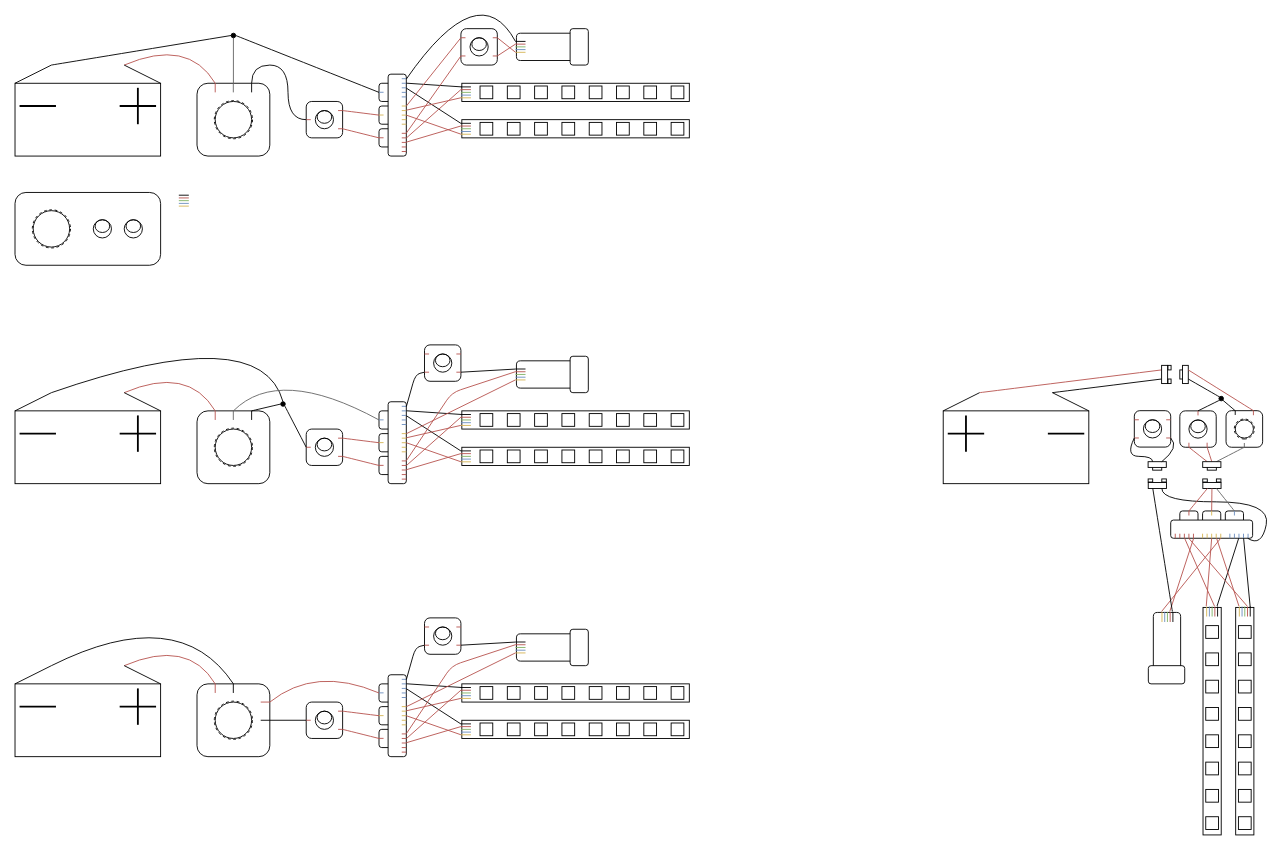
This is led-wiring.drawio from vinas94/drawio, a draw.io file, before an edit. Source tidied: cells renumbered, new cells numbered last; positions are measured from the earlier drawing's top-left corner, leaving out a move shared by most shapes. Both pictures are drawn from the tidied source at 91%, with x=0, y=0 at pixel (15, -26).
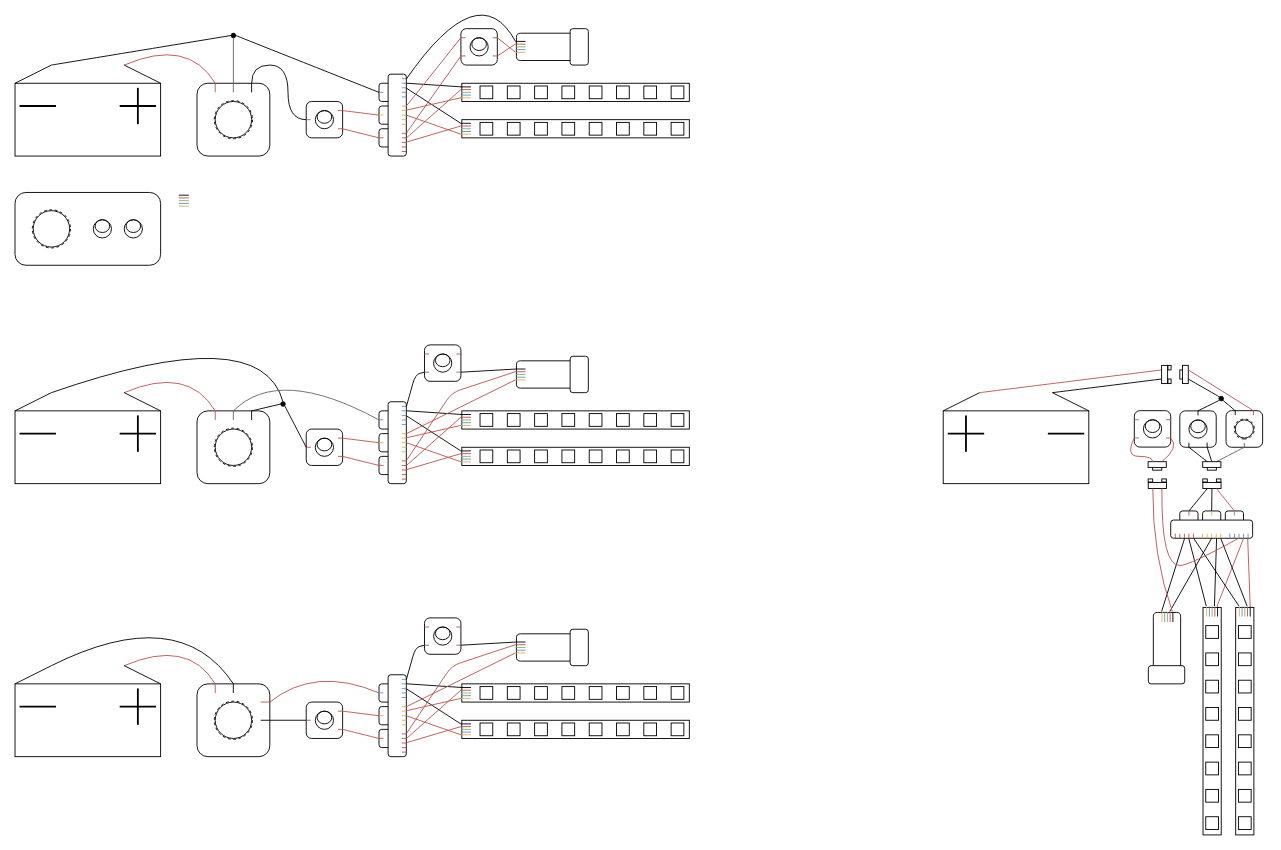
The same page after the edit.

The change refers to these unchanged cells:
```xml
<mxCell id="386" style="rounded=0;whiteSpace=wrap;html=1;strokeColor=none;align=center;verticalAlign=middle;fontFamily=Helvetica;fontSize=12;fontColor=default;fillColor=none;points=[[0,0,0,0,0],[0,0.17,0,0,0],[0,0.33,0,0,0],[0,0.5,0,0,0],[0,0.67,0,0,0],[0,0.83,0,0,0],[0,1,0,0,0],[0.25,0,0,0,0],[0.25,1,0,0,0],[0.5,0,0,0,0],[0.5,1,0,0,0],[0.75,0,0,0,0],[0.75,1,0,0,0],[1,0,0,0,0],[1,0.25,0,0,0],[1,0.5,0,0,0],[1,0.75,0,0,0],[1,1,0,0,0]];rotation=90;" parent="385" vertex="1">
  <mxGeometry width="13" height="18" as="geometry" />
</mxCell>
<mxCell id="392" style="group;rotation=90;" parent="1" vertex="1">
  <mxGeometry x="1280" y="480" width="40" height="40" as="geometry" />
</mxCell>
<mxCell id="393" style="rounded=1;whiteSpace=wrap;html=1;rotation=90;" parent="392" vertex="1">
  <mxGeometry width="40" height="40" as="geometry" />
</mxCell>
<mxCell id="403" style="rounded=0;whiteSpace=wrap;html=1;points=[[0,0.2,0,0,0],[0,0.35,0,0,0],[0,0.5,0,0,0],[0,0.65,0,0,0],[0,0.8,0,0,0],[0.75,0,0,0,0],[0.75,1,0,0,0],[1,0,0,0,0],[1,0.25,0,0,0],[1,0.5,0,0,0],[1,0.75,0,0,0],[1,1,0,0,0]];rotation=90;" parent="402" vertex="1">
  <mxGeometry x="1" y="1" width="250" height="20" as="geometry" />
</mxCell>
<mxCell id="413" style="rounded=0;whiteSpace=wrap;html=1;strokeColor=none;align=center;verticalAlign=middle;fontFamily=Helvetica;fontSize=12;fontColor=default;fillColor=none;points=[[0,0,0,0,0],[0,0.17,0,0,0],[0,0.33,0,0,0],[0,0.5,0,0,0],[0,0.67,0,0,0],[0,0.83,0,0,0],[0,1,0,0,0],[0.25,0,0,0,0],[0.25,1,0,0,0],[0.5,0,0,0,0],[0.5,1,0,0,0],[0.75,0,0,0,0],[0.75,1,0,0,0],[1,0,0,0,0],[1,0.25,0,0,0],[1,0.5,0,0,0],[1,0.75,0,0,0],[1,1,0,0,0]];rotation=90;" parent="412" vertex="1">
  <mxGeometry width="13" height="18" as="geometry" />
</mxCell>
<mxCell id="428" style="rounded=1;whiteSpace=wrap;html=1;strokeColor=default;align=center;verticalAlign=middle;fontFamily=Helvetica;fontSize=12;fontColor=default;fillColor=default;rotation=90;" parent="427" vertex="1">
  <mxGeometry x="5" y="30" width="20" height="20" as="geometry" />
</mxCell>
<mxCell id="430" style="rounded=1;whiteSpace=wrap;html=1;strokeColor=default;align=center;verticalAlign=middle;fontFamily=Helvetica;fontSize=12;fontColor=default;fillColor=default;rotation=90;" parent="429" vertex="1">
  <mxGeometry x="-25" y="25" width="20" height="20" as="geometry" />
</mxCell>
<mxCell id="431" style="rounded=1;whiteSpace=wrap;html=1;strokeColor=default;align=center;verticalAlign=middle;fontFamily=Helvetica;fontSize=12;fontColor=default;fillColor=default;rotation=90;" parent="429" vertex="1">
  <mxGeometry x="25" y="25" width="20" height="20" as="geometry" />
</mxCell>
<mxCell id="432" style="rounded=1;whiteSpace=wrap;html=1;strokeColor=default;align=center;verticalAlign=middle;fontFamily=Helvetica;fontSize=12;fontColor=default;fillColor=default;points=[[0,0,0,0,0],[0,0.25,0,0,0],[0,0.5,0,0,0],[0,0.75,0,0,0],[0,1,0,0,0],[0.25,0,0,0,0],[0.25,1,0,0,0],[0.5,0,0,0,0],[0.5,1,0,0,0],[0.75,0,0,0,0],[0.75,1,0,0,0],[1,0,0,0,0],[1,0.06,0,0,0],[1,0.11,0,0,0],[1,0.17,0,0,0],[1,0.22,0,0,0],[1,0.28,0,0,0],[1,0.33,0,0,0],[1,0.39,0,0,0],[1,0.44,0,0,0],[1,0.5,0,0,0],[1,0.56,0,0,0],[1,0.61,0,0,0],[1,0.67,0,0,0],[1,0.72,0,0,0],[1,0.78,0,0,0],[1,0.83,0,0,0],[1,0.89,0,0,0],[1,0.94,0,0,0],[1,1,0,0,0]];rotation=90;" parent="429" vertex="1">
  <mxGeometry width="20" height="90" as="geometry" />
</mxCell>
<mxCell id="460" style="rounded=0;whiteSpace=wrap;html=1;strokeColor=none;align=center;verticalAlign=middle;fontFamily=Helvetica;fontSize=12;fontColor=default;fillColor=none;points=[[0,0,0,0,0],[0,0.17,0,0,0],[0,0.33,0,0,0],[0,0.5,0,0,0],[0,0.67,0,0,0],[0,0.83,0,0,0],[0,1,0,0,0],[0.25,0,0,0,0],[0.25,1,0,0,0],[0.5,0,0,0,0],[0.5,1,0,0,0],[0.75,0,0,0,0],[0.75,1,0,0,0],[1,0,0,0,0],[1,0.25,0,0,0],[1,0.5,0,0,0],[1,0.75,0,0,0],[1,1,0,0,0]];rotation=90;" parent="459" vertex="1">
  <mxGeometry width="13" height="18" as="geometry" />
</mxCell>
<mxCell id="471" style="rounded=1;whiteSpace=wrap;html=1;" parent="470" vertex="1">
  <mxGeometry width="40" height="40" as="geometry" />
</mxCell>
<mxCell id="494" style="rounded=0;whiteSpace=wrap;html=1;rotation=90;" parent="492" vertex="1">
  <mxGeometry x="2" y="-1" width="6.3" height="20" as="geometry" />
</mxCell>
<mxCell id="496" style="rounded=0;whiteSpace=wrap;html=1;rotation=90;" parent="495" vertex="1">
  <mxGeometry x="2" y="2" width="6.6" height="20" as="geometry" />
</mxCell>
<mxCell id="505" style="rounded=0;whiteSpace=wrap;html=1;rotation=90;" parent="503" vertex="1">
  <mxGeometry x="2" y="-1" width="6.3" height="20" as="geometry" />
</mxCell>
<mxCell id="507" style="rounded=0;whiteSpace=wrap;html=1;rotation=90;" parent="506" vertex="1">
  <mxGeometry x="2" y="2" width="6.6" height="20" as="geometry" />
</mxCell>
```

The edit, as a diff of the source:
```diff
@@
-    <mxCell id="396" style="endArrow=none;html=1;rounded=0;fontFamily=Helvetica;fontSize=12;fontColor=default;entryX=0.25;entryY=0;entryDx=0;entryDy=0;exitX=0.75;exitY=0.75;exitDx=0;exitDy=0;exitPerimeter=0;fillColor=#f8cecc;strokeColor=#b85450;" parent="392" edge="1">
+    <mxCell id="396" style="endArrow=none;html=1;rounded=0;fontFamily=Helvetica;fontSize=12;fontColor=default;entryX=0.25;entryY=0;entryDx=0;entryDy=0;exitX=0.75;exitY=0.75;exitDx=0;exitDy=0;exitPerimeter=0;fillColor=#f8cecc;strokeColor=#000000;" parent="392" edge="1">
       <mxGeometry relative="1" as="geometry">
         <mxPoint x="30" y="35" as="sourcePoint" />
         <mxPoint x="30" y="40" as="targetPoint" />
       </mxGeometry>
     </mxCell>
-    <mxCell id="397" style="endArrow=none;html=1;rounded=0;fontFamily=Helvetica;fontSize=12;fontColor=default;entryX=0.25;entryY=0;entryDx=0;entryDy=0;exitX=0.75;exitY=0.75;exitDx=0;exitDy=0;exitPerimeter=0;fillColor=#f8cecc;strokeColor=#b85450;" parent="392" edge="1">
+    <mxCell id="397" style="endArrow=none;html=1;rounded=0;fontFamily=Helvetica;fontSize=12;fontColor=default;entryX=0.25;entryY=0;entryDx=0;entryDy=0;exitX=0.75;exitY=0.75;exitDx=0;exitDy=0;exitPerimeter=0;fillColor=#f8cecc;strokeColor=#000000;" parent="392" edge="1">
       <mxGeometry relative="1" as="geometry">
         <mxPoint x="10" y="35" as="sourcePoint" />
         <mxPoint x="10" y="40" as="targetPoint" />
       </mxGeometry>
     </mxCell>
-    <mxCell id="398" style="endArrow=none;html=1;rounded=0;fontFamily=Helvetica;fontSize=12;fontColor=default;entryX=0.25;entryY=0;entryDx=0;entryDy=0;exitX=0.75;exitY=0.75;exitDx=0;exitDy=0;exitPerimeter=0;fillColor=#f8cecc;strokeColor=#b85450;" parent="392" edge="1">
+    <mxCell id="398" style="endArrow=none;html=1;rounded=0;fontFamily=Helvetica;fontSize=12;fontColor=default;entryX=0.25;entryY=0;entryDx=0;entryDy=0;exitX=0.75;exitY=0.75;exitDx=0;exitDy=0;exitPerimeter=0;fillColor=#f8cecc;strokeColor=#000000;" parent="392" edge="1">
       <mxGeometry relative="1" as="geometry">
         <mxPoint x="20" as="sourcePoint" />
         <mxPoint x="20" y="5" as="targetPoint" />
       </mxGeometry>
     </mxCell>
@@
-    <mxCell id="451" style="endArrow=none;html=1;rounded=0;fontFamily=Helvetica;fontSize=12;fontColor=default;exitX=1;exitY=0.25;exitDx=0;exitDy=0;entryX=0;entryY=0.5;entryDx=0;entryDy=0;fillColor=#f8cecc;strokeColor=#b85450;curved=1;" parent="1" edge="1" source="393" target="505">
+    <mxCell id="451" style="endArrow=none;html=1;rounded=0;fontFamily=Helvetica;fontSize=12;fontColor=default;exitX=1;exitY=0.25;exitDx=0;exitDy=0;entryX=0;entryY=0.5;entryDx=0;entryDy=0;fillColor=#f8cecc;strokeColor=#000000;curved=1;" parent="1" edge="1" source="393" target="505">
       <mxGeometry relative="1" as="geometry" />
     </mxCell>
-    <mxCell id="452" style="endArrow=none;html=1;rounded=0;fontFamily=Helvetica;fontSize=12;fontColor=default;exitX=1;exitY=0.75;exitDx=0;exitDy=0;entryX=0;entryY=0.75;entryDx=0;entryDy=0;fillColor=#f8cecc;strokeColor=#b85450;curved=1;" parent="1" edge="1" source="393" target="505">
+    <mxCell id="452" style="endArrow=none;html=1;rounded=0;fontFamily=Helvetica;fontSize=12;fontColor=default;exitX=1;exitY=0.75;exitDx=0;exitDy=0;entryX=0;entryY=0.75;entryDx=0;entryDy=0;fillColor=#f8cecc;strokeColor=#000000;curved=1;" parent="1" edge="1" source="393" target="505">
       <mxGeometry relative="1" as="geometry" />
     </mxCell>
-    <mxCell id="453" style="endArrow=none;html=1;rounded=0;fontFamily=Helvetica;fontSize=12;fontColor=default;exitX=1;exitY=0.11;exitDx=0;exitDy=0;exitPerimeter=0;entryX=0;entryY=0.2;entryDx=0;entryDy=0;entryPerimeter=0;" parent="1" edge="1" source="432" target="403">
+    <mxCell id="453" style="endArrow=none;html=1;rounded=0;fontFamily=Helvetica;fontSize=12;fontColor=default;exitX=1;exitY=0.06;exitDx=0;exitDy=0;exitPerimeter=0;entryX=0;entryY=0.2;entryDx=0;entryDy=0;entryPerimeter=0;strokeColor=#B85450;" parent="1" edge="1" source="432" target="403">
       <mxGeometry relative="1" as="geometry" />
     </mxCell>
-    <mxCell id="454" style="endArrow=none;html=1;rounded=0;fontFamily=Helvetica;fontSize=12;fontColor=default;exitX=1;exitY=0.17;exitDx=0;exitDy=0;exitPerimeter=0;entryX=0;entryY=0.17;entryDx=0;entryDy=0;entryPerimeter=0;" parent="1" edge="1" source="432" target="386">
+    <mxCell id="454" style="endArrow=none;html=1;rounded=0;fontFamily=Helvetica;fontSize=12;fontColor=default;exitX=1;exitY=0.11;exitDx=0;exitDy=0;exitPerimeter=0;entryX=0;entryY=0.17;entryDx=0;entryDy=0;entryPerimeter=0;strokeColor=#B85450;" parent="1" edge="1" source="432" target="386">
       <mxGeometry relative="1" as="geometry" />
     </mxCell>
@@
-    <mxCell id="466" style="endArrow=none;html=1;rounded=0;fontFamily=Helvetica;fontSize=12;fontColor=default;exitX=1;exitY=0.44;exitDx=0;exitDy=0;exitPerimeter=0;entryX=0;entryY=0.83;entryDx=0;entryDy=0;entryPerimeter=0;fillColor=#f8cecc;strokeColor=#b85450;" parent="1" edge="1" source="432" target="413">
+    <mxCell id="466" style="endArrow=none;html=1;rounded=0;fontFamily=Helvetica;fontSize=12;fontColor=default;exitX=1;exitY=0.72;exitDx=0;exitDy=0;exitPerimeter=0;entryX=0;entryY=0.83;entryDx=0;entryDy=0;entryPerimeter=0;fillColor=#f8cecc;strokeColor=#000000;" parent="1" edge="1" source="432" target="413">
       <mxGeometry relative="1" as="geometry" />
     </mxCell>
-    <mxCell id="467" style="endArrow=none;html=1;rounded=0;fontFamily=Helvetica;fontSize=12;fontColor=default;entryX=0;entryY=0.83;entryDx=0;entryDy=0;entryPerimeter=0;exitX=1;exitY=0.5;exitDx=0;exitDy=0;exitPerimeter=0;fillColor=#f8cecc;strokeColor=#b85450;" parent="1" edge="1" source="432" target="386">
+    <mxCell id="467" style="endArrow=none;html=1;rounded=0;fontFamily=Helvetica;fontSize=12;fontColor=default;entryX=0;entryY=0.83;entryDx=0;entryDy=0;entryPerimeter=0;exitX=1;exitY=0.78;exitDx=0;exitDy=0;exitPerimeter=0;fillColor=#f8cecc;strokeColor=#000000;" parent="1" edge="1" source="432" target="386">
       <mxGeometry relative="1" as="geometry" />
     </mxCell>
-    <mxCell id="468" style="endArrow=none;html=1;rounded=0;fontFamily=Helvetica;fontSize=12;fontColor=default;entryX=0;entryY=0.33;entryDx=0;entryDy=0;entryPerimeter=0;exitX=1;exitY=0.78;exitDx=0;exitDy=0;exitPerimeter=0;fillColor=#f8cecc;strokeColor=#b85450;" parent="1" edge="1" source="432" target="413">
+    <mxCell id="468" style="endArrow=none;html=1;rounded=0;fontFamily=Helvetica;fontSize=12;fontColor=default;entryX=0;entryY=0.33;entryDx=0;entryDy=0;entryPerimeter=0;exitX=1;exitY=0.39;exitDx=0;exitDy=0;exitPerimeter=0;fillColor=#f8cecc;strokeColor=#000000;" parent="1" edge="1" source="432" target="413">
       <mxGeometry relative="1" as="geometry" />
     </mxCell>
-    <mxCell id="469" style="endArrow=none;html=1;rounded=0;fontFamily=Helvetica;fontSize=12;fontColor=default;entryX=0;entryY=0.33;entryDx=0;entryDy=0;entryPerimeter=0;exitX=1;exitY=0.83;exitDx=0;exitDy=0;exitPerimeter=0;fillColor=#f8cecc;strokeColor=#b85450;" parent="1" edge="1" source="432" target="386">
+    <mxCell id="469" style="endArrow=none;html=1;rounded=0;fontFamily=Helvetica;fontSize=12;fontColor=default;entryX=0;entryY=0.33;entryDx=0;entryDy=0;entryPerimeter=0;exitX=1;exitY=0.44;exitDx=0;exitDy=0;exitPerimeter=0;fillColor=#f8cecc;strokeColor=#000000;" parent="1" edge="1" source="432" target="386">
       <mxGeometry relative="1" as="geometry" />
     </mxCell>
@@
-    <mxCell id="478" style="endArrow=none;html=1;rounded=0;fontFamily=Helvetica;fontSize=12;fontColor=default;exitX=1;exitY=0.39;exitDx=0;exitDy=0;exitPerimeter=0;entryX=0;entryY=0.83;entryDx=0;entryDy=0;fillColor=#f8cecc;strokeColor=#b85450;entryPerimeter=0;" parent="1" edge="1" source="432" target="460">
+    <mxCell id="478" style="endArrow=none;html=1;rounded=0;fontFamily=Helvetica;fontSize=12;fontColor=default;exitX=1;exitY=0.83;exitDx=0;exitDy=0;exitPerimeter=0;entryX=0;entryY=0.83;entryDx=0;entryDy=0;fillColor=#f8cecc;strokeColor=#000000;entryPerimeter=0;" parent="1" edge="1" source="432" target="460">
       <mxGeometry relative="1" as="geometry" />
     </mxCell>
-    <mxCell id="479" style="endArrow=none;html=1;rounded=1;fontFamily=Helvetica;fontSize=12;fontColor=default;exitX=1;exitY=0.72;exitDx=0;exitDy=0;exitPerimeter=0;entryX=0;entryY=0.33;entryDx=0;entryDy=0;fillColor=#f8cecc;strokeColor=#b85450;entryPerimeter=0;curved=0;" parent="1" edge="1" source="432" target="460">
+    <mxCell id="479" style="endArrow=none;html=1;rounded=1;fontFamily=Helvetica;fontSize=12;fontColor=default;exitX=1;exitY=0.5;exitDx=0;exitDy=0;exitPerimeter=0;entryX=0;entryY=0.33;entryDx=0;entryDy=0;fillColor=#f8cecc;strokeColor=#000000;entryPerimeter=0;curved=0;" parent="1" edge="1" source="432" target="460">
       <mxGeometry relative="1" as="geometry" />
     </mxCell>
@@
-    <mxCell id="499" style="endArrow=none;html=1;rounded=0;fontFamily=Helvetica;fontSize=12;fontColor=default;fillColor=#f5f5f5;strokeColor=#000000;curved=1;entryX=0;entryY=0.25;entryDx=0;entryDy=0;exitX=1;exitY=0.75;exitDx=0;exitDy=0;" parent="1" edge="1" source="471" target="494">
+    <mxCell id="499" style="endArrow=none;html=1;rounded=0;fontFamily=Helvetica;fontSize=12;fontColor=default;fillColor=#f5f5f5;strokeColor=#B85450;curved=1;entryX=0;entryY=0.25;entryDx=0;entryDy=0;exitX=1;exitY=0.75;exitDx=0;exitDy=0;" parent="1" edge="1" source="471" target="494">
       <mxGeometry relative="1" as="geometry">
         <Array as="points">
           <mxPoint x="1280" y="520" />
         </Array>
       </mxGeometry>
     </mxCell>
-    <mxCell id="500" style="endArrow=none;html=1;rounded=0;fontFamily=Helvetica;fontSize=12;fontColor=default;fillColor=#f5f5f5;strokeColor=#000000;curved=1;entryX=1;entryY=0.25;entryDx=0;entryDy=0;exitX=1;exitY=0.06;exitDx=0;exitDy=0;exitPerimeter=0;" parent="1" edge="1" source="432" target="496">
+    <mxCell id="500" style="endArrow=none;html=1;rounded=0;fontFamily=Helvetica;fontSize=12;fontColor=default;fillColor=#f5f5f5;strokeColor=#B85450;curved=1;entryX=1;entryY=0.25;entryDx=0;entryDy=0;exitX=1;exitY=0.17;exitDx=0;exitDy=0;exitPerimeter=0;" parent="1" edge="1" source="432" target="496">
       <mxGeometry relative="1" as="geometry">
         <Array as="points">
-          <mxPoint x="1370" y="630" />
-          <mxPoint x="1380" y="580" />
-          <mxPoint x="1260" y="580" />
+          <mxPoint x="1290" y="650" />
+          <mxPoint x="1270" y="650" />
+          <mxPoint x="1260" y="610" />
         </Array>
       </mxGeometry>
     </mxCell>
-    <mxCell id="501" style="endArrow=none;html=1;rounded=0;fontFamily=Helvetica;fontSize=12;fontColor=default;fillColor=#f5f5f5;strokeColor=#000000;curved=1;entryX=0;entryY=0.75;entryDx=0;entryDy=0;exitX=0;exitY=0.75;exitDx=0;exitDy=0;" parent="1" edge="1" source="471" target="494">
+    <mxCell id="501" style="endArrow=none;html=1;rounded=0;fontFamily=Helvetica;fontSize=12;fontColor=default;fillColor=#f5f5f5;strokeColor=#B85450;curved=1;entryX=0;entryY=0.75;entryDx=0;entryDy=0;exitX=0;exitY=0.75;exitDx=0;exitDy=0;" parent="1" edge="1" source="471" target="494">
       <mxGeometry relative="1" as="geometry">
         <Array as="points">
           <mxPoint x="1220" y="530" />
           <mxPoint x="1250" y="530" />
         </Array>
       </mxGeometry>
     </mxCell>
-    <mxCell id="502" style="endArrow=none;html=1;rounded=0;fontFamily=Helvetica;fontSize=12;fontColor=default;fillColor=#f5f5f5;strokeColor=#000000;curved=1;entryX=1;entryY=0.75;entryDx=0;entryDy=0;exitX=0;exitY=0.17;exitDx=0;exitDy=0;exitPerimeter=0;" parent="1" edge="1" source="460" target="496">
-      <mxGeometry relative="1" as="geometry" />
+    <mxCell id="502" style="endArrow=none;html=1;rounded=0;fontFamily=Helvetica;fontSize=12;fontColor=default;fillColor=#f5f5f5;strokeColor=#B85450;curved=1;entryX=1;entryY=0.75;entryDx=0;entryDy=0;exitX=0;exitY=0.17;exitDx=0;exitDy=0;exitPerimeter=0;" parent="1" edge="1" source="460" target="496">
+      <mxGeometry relative="1" as="geometry">
+        <Array as="points">
+          <mxPoint x="1250" y="640" />
+        </Array>
+      </mxGeometry>
     </mxCell>
@@
-    <mxCell id="510" style="endArrow=none;html=1;rounded=0;fontFamily=Helvetica;fontSize=12;fontColor=default;exitX=1;exitY=0.75;exitDx=0;exitDy=0;entryX=0;entryY=0.5;entryDx=0;entryDy=0;fillColor=#f8cecc;strokeColor=#b85450;curved=1;" parent="1" edge="1" source="507" target="430">
+    <mxCell id="510" style="endArrow=none;html=1;rounded=0;fontFamily=Helvetica;fontSize=12;fontColor=default;exitX=1;exitY=0.75;exitDx=0;exitDy=0;entryX=0;entryY=0.5;entryDx=0;entryDy=0;fillColor=#f8cecc;strokeColor=#000000;curved=1;" parent="1" edge="1" source="507" target="430">
       <mxGeometry relative="1" as="geometry" />
     </mxCell>
-    <mxCell id="511" style="endArrow=none;html=1;rounded=0;fontFamily=Helvetica;fontSize=12;fontColor=default;exitX=1;exitY=0.5;exitDx=0;exitDy=0;entryX=0;entryY=0.5;entryDx=0;entryDy=0;fillColor=#f8cecc;strokeColor=#b85450;curved=1;" parent="1" edge="1" source="507" target="428">
+    <mxCell id="511" style="endArrow=none;html=1;rounded=0;fontFamily=Helvetica;fontSize=12;fontColor=default;exitX=1;exitY=0.5;exitDx=0;exitDy=0;entryX=0;entryY=0.5;entryDx=0;entryDy=0;fillColor=#f8cecc;strokeColor=#000000;curved=1;" parent="1" edge="1" source="507" target="428">
       <mxGeometry relative="1" as="geometry" />
     </mxCell>
-    <mxCell id="512" style="endArrow=none;html=1;rounded=0;fontFamily=Helvetica;fontSize=12;fontColor=default;entryX=1;entryY=0.25;entryDx=0;entryDy=0;curved=1;fillColor=#f8cecc;strokeColor=#666666;exitX=0;exitY=0.5;exitDx=0;exitDy=0;" parent="1" edge="1" source="431" target="507">
+    <mxCell id="512" style="endArrow=none;html=1;rounded=0;fontFamily=Helvetica;fontSize=12;fontColor=default;entryX=1;entryY=0.25;entryDx=0;entryDy=0;curved=1;fillColor=#f8cecc;strokeColor=#B85450;exitX=0;exitY=0.5;exitDx=0;exitDy=0;" parent="1" edge="1" source="431" target="507">
       <mxGeometry relative="1" as="geometry" />
     </mxCell>
```
